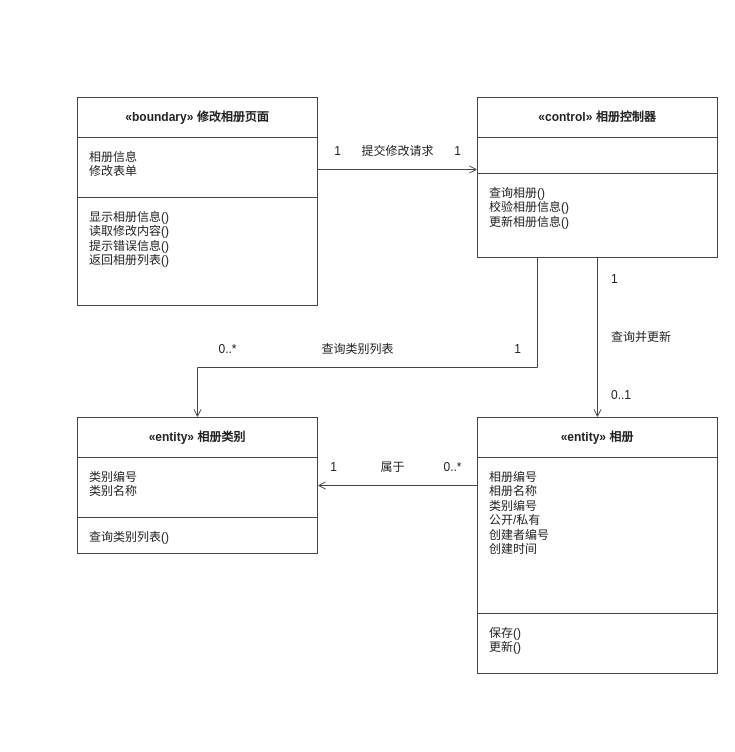
Earlier version of the draw.io diagram docs/交付/2-相册管理-刘硕/images/修改相册_类模型图.drawio (chennuo1101/electronic-photo-album-system1). Source tidied: cells renumbered, new cells numbered last; positions are measured from the earlier drawing's top-left corner, leaving out a move shared by most shapes. Both pictures are drawn from the tidied source at 100%, with x=0, y=0 at pixel (77, 97).
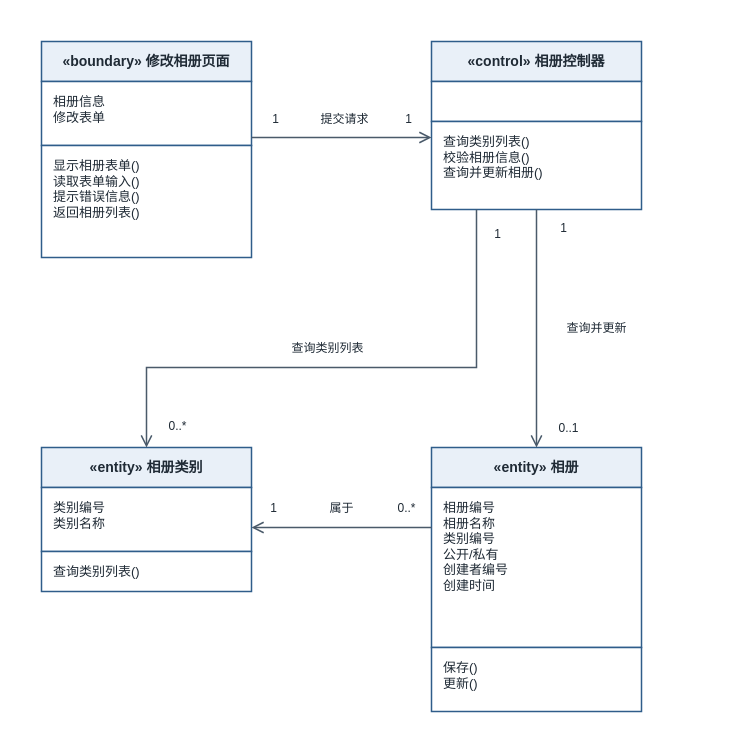
The same diagram, later.

The edit, as a diff of the source:
```diff
@@
+    <mxCell id="32" style="rounded=0;whiteSpace=wrap;html=1;fillColor=#FFFFFF;strokeColor=none;" parent="1" vertex="1">
+      <mxGeometry x="-60" y="-80" width="668" height="718" as="geometry" />
+    </mxCell>
-    <mxCell id="2" value="«boundary» 修改相册页面" style="rounded=0;whiteSpace=wrap;html=1;fillColor=#FFFFFF;strokeColor=#444444;align=center;verticalAlign=middle;fontStyle=1;fontFamily=Microsoft YaHei;fontSize=12;fontColor=#222222;" parent="1" vertex="1">
-      <mxGeometry width="240" height="40" as="geometry" />
+    <mxCell id="2" value="«boundary» 修改相册页面" style="rounded=0;whiteSpace=wrap;html=1;fillColor=#E9F0F8;strokeColor=#2F5D8A;strokeWidth=1.5;align=center;verticalAlign=middle;fontStyle=1;fontFamily=Microsoft YaHei;fontSize=14;fontColor=#1F2A35;" parent="1" vertex="1">
+      <mxGeometry x="-36" y="-56" width="210" height="40" as="geometry" />
     </mxCell>
-    <mxCell id="3" value="相册信息&#10;修改表单" style="rounded=0;whiteSpace=wrap;html=1;fillColor=#FFFFFF;strokeColor=#444444;verticalAlign=top;align=left;spacingLeft=10;spacingTop=6;fontFamily=Microsoft YaHei;fontSize=12;fontColor=#222222;" parent="1" vertex="1">
-      <mxGeometry y="40" width="240" height="60" as="geometry" />
+    <mxCell id="3" value="相册信息&#10;修改表单" style="rounded=0;whiteSpace=wrap;html=1;fillColor=#FFFFFF;strokeColor=#2F5D8A;strokeWidth=1.5;align=left;verticalAlign=top;spacingLeft=10;spacingTop=6;fontFamily=Microsoft YaHei;fontSize=13;fontColor=#1F2A35;" parent="1" vertex="1">
+      <mxGeometry x="-36" y="-16" width="210" height="64" as="geometry" />
     </mxCell>
-    <mxCell id="4" value="显示相册信息()&#10;读取修改内容()&#10;提示错误信息()&#10;返回相册列表()" style="rounded=0;whiteSpace=wrap;html=1;fillColor=#FFFFFF;strokeColor=#444444;verticalAlign=top;align=left;spacingLeft=10;spacingTop=6;fontFamily=Microsoft YaHei;fontSize=12;fontColor=#222222;" parent="1" vertex="1">
-      <mxGeometry y="100" width="240" height="108" as="geometry" />
+    <mxCell id="4" value="显示相册表单()&#10;读取表单输入()&#10;提示错误信息()&#10;返回相册列表()" style="rounded=0;whiteSpace=wrap;html=1;fillColor=#FFFFFF;strokeColor=#2F5D8A;strokeWidth=1.5;align=left;verticalAlign=top;spacingLeft=10;spacingTop=6;fontFamily=Microsoft YaHei;fontSize=13;fontColor=#1F2A35;" parent="1" vertex="1">
+      <mxGeometry x="-36" y="48" width="210" height="112" as="geometry" />
     </mxCell>
-    <mxCell id="5" value="«control» 相册控制器" style="rounded=0;whiteSpace=wrap;html=1;fillColor=#FFFFFF;strokeColor=#444444;align=center;verticalAlign=middle;fontStyle=1;fontFamily=Microsoft YaHei;fontSize=12;fontColor=#222222;" parent="1" vertex="1">
-      <mxGeometry x="400" width="240" height="40" as="geometry" />
+    <mxCell id="5" value="«control» 相册控制器" style="rounded=0;whiteSpace=wrap;html=1;fillColor=#E9F0F8;strokeColor=#2F5D8A;strokeWidth=1.5;align=center;verticalAlign=middle;fontStyle=1;fontFamily=Microsoft YaHei;fontSize=14;fontColor=#1F2A35;" parent="1" vertex="1">
+      <mxGeometry x="354" y="-56" width="210" height="40" as="geometry" />
     </mxCell>
-    <mxCell id="6" style="rounded=0;whiteSpace=wrap;html=1;fillColor=#FFFFFF;strokeColor=#444444;verticalAlign=top;align=left;spacingLeft=10;spacingTop=6;fontFamily=Microsoft YaHei;fontSize=12;fontColor=#222222;" parent="1" vertex="1">
-      <mxGeometry x="400" y="40" width="240" height="36" as="geometry" />
+    <mxCell id="6" style="rounded=0;whiteSpace=wrap;html=1;fillColor=#FFFFFF;strokeColor=#2F5D8A;strokeWidth=1.5;align=left;verticalAlign=top;spacingLeft=10;spacingTop=6;fontFamily=Microsoft YaHei;fontSize=13;fontColor=#1F2A35;" parent="1" vertex="1">
+      <mxGeometry x="354" y="-16" width="210" height="40" as="geometry" />
     </mxCell>
-    <mxCell id="7" value="查询相册()&#10;校验相册信息()&#10;更新相册信息()" style="rounded=0;whiteSpace=wrap;html=1;fillColor=#FFFFFF;strokeColor=#444444;verticalAlign=top;align=left;spacingLeft=10;spacingTop=6;fontFamily=Microsoft YaHei;fontSize=12;fontColor=#222222;" parent="1" vertex="1">
-      <mxGeometry x="400" y="76" width="240" height="84" as="geometry" />
+    <mxCell id="7" value="查询类别列表()&#10;校验相册信息()&#10;查询并更新相册()" style="rounded=0;whiteSpace=wrap;html=1;fillColor=#FFFFFF;strokeColor=#2F5D8A;strokeWidth=1.5;align=left;verticalAlign=top;spacingLeft=10;spacingTop=6;fontFamily=Microsoft YaHei;fontSize=13;fontColor=#1F2A35;" parent="1" vertex="1">
+      <mxGeometry x="354" y="24" width="210" height="88" as="geometry" />
     </mxCell>
-    <mxCell id="8" value="«entity» 相册类别" style="rounded=0;whiteSpace=wrap;html=1;fillColor=#FFFFFF;strokeColor=#444444;align=center;verticalAlign=middle;fontStyle=1;fontFamily=Microsoft YaHei;fontSize=12;fontColor=#222222;" parent="1" vertex="1">
-      <mxGeometry y="320" width="240" height="40" as="geometry" />
+    <mxCell id="8" value="«entity» 相册类别" style="rounded=0;whiteSpace=wrap;html=1;fillColor=#E9F0F8;strokeColor=#2F5D8A;strokeWidth=1.5;align=center;verticalAlign=middle;fontStyle=1;fontFamily=Microsoft YaHei;fontSize=14;fontColor=#1F2A35;" parent="1" vertex="1">
+      <mxGeometry x="-36" y="350" width="210" height="40" as="geometry" />
     </mxCell>
-    <mxCell id="9" value="类别编号&#10;类别名称" style="rounded=0;whiteSpace=wrap;html=1;fillColor=#FFFFFF;strokeColor=#444444;verticalAlign=top;align=left;spacingLeft=10;spacingTop=6;fontFamily=Microsoft YaHei;fontSize=12;fontColor=#222222;" parent="1" vertex="1">
-      <mxGeometry y="360" width="240" height="60" as="geometry" />
+    <mxCell id="9" value="类别编号&#10;类别名称" style="rounded=0;whiteSpace=wrap;html=1;fillColor=#FFFFFF;strokeColor=#2F5D8A;strokeWidth=1.5;align=left;verticalAlign=top;spacingLeft=10;spacingTop=6;fontFamily=Microsoft YaHei;fontSize=13;fontColor=#1F2A35;" parent="1" vertex="1">
+      <mxGeometry x="-36" y="390" width="210" height="64" as="geometry" />
     </mxCell>
-    <mxCell id="10" value="查询类别列表()" style="rounded=0;whiteSpace=wrap;html=1;fillColor=#FFFFFF;strokeColor=#444444;verticalAlign=top;align=left;spacingLeft=10;spacingTop=6;fontFamily=Microsoft YaHei;fontSize=12;fontColor=#222222;" parent="1" vertex="1">
-      <mxGeometry y="420" width="240" height="36" as="geometry" />
+    <mxCell id="10" value="查询类别列表()" style="rounded=0;whiteSpace=wrap;html=1;fillColor=#FFFFFF;strokeColor=#2F5D8A;strokeWidth=1.5;align=left;verticalAlign=top;spacingLeft=10;spacingTop=6;fontFamily=Microsoft YaHei;fontSize=13;fontColor=#1F2A35;" parent="1" vertex="1">
+      <mxGeometry x="-36" y="454" width="210" height="40" as="geometry" />
     </mxCell>
-    <mxCell id="11" value="«entity» 相册" style="rounded=0;whiteSpace=wrap;html=1;fillColor=#FFFFFF;strokeColor=#444444;align=center;verticalAlign=middle;fontStyle=1;fontFamily=Microsoft YaHei;fontSize=12;fontColor=#222222;" parent="1" vertex="1">
-      <mxGeometry x="400" y="320" width="240" height="40" as="geometry" />
+    <mxCell id="11" value="«entity» 相册" style="rounded=0;whiteSpace=wrap;html=1;fillColor=#E9F0F8;strokeColor=#2F5D8A;strokeWidth=1.5;align=center;verticalAlign=middle;fontStyle=1;fontFamily=Microsoft YaHei;fontSize=14;fontColor=#1F2A35;" parent="1" vertex="1">
+      <mxGeometry x="354" y="350" width="210" height="40" as="geometry" />
     </mxCell>
-    <mxCell id="12" value="相册编号&#10;相册名称&#10;类别编号&#10;公开/私有&#10;创建者编号&#10;创建时间" style="rounded=0;whiteSpace=wrap;html=1;fillColor=#FFFFFF;strokeColor=#444444;verticalAlign=top;align=left;spacingLeft=10;spacingTop=6;fontFamily=Microsoft YaHei;fontSize=12;fontColor=#222222;" parent="1" vertex="1">
-      <mxGeometry x="400" y="360" width="240" height="156" as="geometry" />
+    <mxCell id="12" value="相册编号&#10;相册名称&#10;类别编号&#10;公开/私有&#10;创建者编号&#10;创建时间" style="rounded=0;whiteSpace=wrap;html=1;fillColor=#FFFFFF;strokeColor=#2F5D8A;strokeWidth=1.5;align=left;verticalAlign=top;spacingLeft=10;spacingTop=6;fontFamily=Microsoft YaHei;fontSize=13;fontColor=#1F2A35;" parent="1" vertex="1">
+      <mxGeometry x="354" y="390" width="210" height="160" as="geometry" />
     </mxCell>
-    <mxCell id="13" value="保存()&#10;更新()" style="rounded=0;whiteSpace=wrap;html=1;fillColor=#FFFFFF;strokeColor=#444444;verticalAlign=top;align=left;spacingLeft=10;spacingTop=6;fontFamily=Microsoft YaHei;fontSize=12;fontColor=#222222;" parent="1" vertex="1">
-      <mxGeometry x="400" y="516" width="240" height="60" as="geometry" />
+    <mxCell id="13" value="保存()&#10;更新()" style="rounded=0;whiteSpace=wrap;html=1;fillColor=#FFFFFF;strokeColor=#2F5D8A;strokeWidth=1.5;align=left;verticalAlign=top;spacingLeft=10;spacingTop=6;fontFamily=Microsoft YaHei;fontSize=13;fontColor=#1F2A35;" parent="1" vertex="1">
+      <mxGeometry x="354" y="550" width="210" height="64" as="geometry" />
     </mxCell>
-    <mxCell id="14" style="html=1;rounded=0;strokeColor=#444444;strokeWidth=1;startArrow=none;endArrow=open;endFill=0;" parent="1" edge="1">
-      <mxGeometry relative="1" as="geometry">
-        <mxPoint x="240" y="72" as="sourcePoint" />
-        <mxPoint x="400" y="72" as="targetPoint" />
-      </mxGeometry>
-    </mxCell>
-    <mxCell id="15" value="1" style="text;html=1;align=center;verticalAlign=middle;fillColor=none;strokeColor=none;fontFamily=Microsoft YaHei;fontSize=12;fontColor=#222222;" parent="1" vertex="1">
-      <mxGeometry x="248" y="44" width="24" height="20" as="geometry" />
-    </mxCell>
-    <mxCell id="16" value="提交修改请求" style="text;html=1;align=center;verticalAlign=middle;fillColor=none;strokeColor=none;fontFamily=Microsoft YaHei;fontSize=12;fontColor=#222222;" parent="1" vertex="1">
-      <mxGeometry x="278" y="44" width="84" height="20" as="geometry" />
-    </mxCell>
-    <mxCell id="17" value="1" style="text;html=1;align=center;verticalAlign=middle;fillColor=none;strokeColor=none;fontFamily=Microsoft YaHei;fontSize=12;fontColor=#222222;" parent="1" vertex="1">
-      <mxGeometry x="368" y="44" width="24" height="20" as="geometry" />
-    </mxCell>
-    <mxCell id="18" style="html=1;rounded=0;strokeColor=#444444;strokeWidth=1;startArrow=none;endArrow=open;endFill=0;" parent="1" edge="1">
-      <mxGeometry relative="1" as="geometry">
-        <mxPoint x="520" y="160" as="sourcePoint" />
-        <mxPoint x="520" y="320" as="targetPoint" />
-      </mxGeometry>
-    </mxCell>
-    <mxCell id="19" value="1" style="text;html=1;align=left;verticalAlign=middle;fillColor=none;strokeColor=none;fontFamily=Microsoft YaHei;fontSize=12;fontColor=#222222;" parent="1" vertex="1">
-      <mxGeometry x="532" y="172" width="24" height="20" as="geometry" />
-    </mxCell>
+    <mxCell id="33" style="html=1;rounded=0;strokeColor=#4A5A6A;strokeWidth=1.5;startArrow=none;endArrow=open;endFill=0;endSize=9;jumpStyle=arc;jumpSize=6;" parent="1" edge="1">
+      <mxGeometry relative="1" as="geometry">
+        <mxPoint x="174" y="40" as="sourcePoint" />
+        <mxPoint x="354" y="40" as="targetPoint" />
+      </mxGeometry>
+    </mxCell>
+    <mxCell id="34" value="1" style="text;html=1;align=center;verticalAlign=middle;fillColor=#FFFFFF;strokeColor=none;fontFamily=Microsoft YaHei;fontSize=12;fontColor=#1F2A35;" parent="1" vertex="1">
+      <mxGeometry x="184" y="13" width="28" height="18" as="geometry" />
+    </mxCell>
+    <mxCell id="35" value="提交请求" style="text;html=1;align=center;verticalAlign=middle;fillColor=#FFFFFF;strokeColor=none;fontFamily=Microsoft YaHei;fontSize=12;fontColor=#1F2A35;" parent="1" vertex="1">
+      <mxGeometry x="220" y="13" width="94" height="18" as="geometry" />
+    </mxCell>
+    <mxCell id="36" value="1" style="text;html=1;align=center;verticalAlign=middle;fillColor=#FFFFFF;strokeColor=none;fontFamily=Microsoft YaHei;fontSize=12;fontColor=#1F2A35;" parent="1" vertex="1">
+      <mxGeometry x="316" y="13" width="30" height="18" as="geometry" />
+    </mxCell>
+    <mxCell id="37" style="html=1;rounded=0;strokeColor=#4A5A6A;strokeWidth=1.5;startArrow=none;endArrow=open;endFill=0;endSize=9;jumpStyle=arc;jumpSize=6;" parent="1" edge="1">
+      <mxGeometry relative="1" as="geometry">
+        <mxPoint x="459" y="112" as="sourcePoint" />
+        <mxPoint x="459" y="350" as="targetPoint" />
+      </mxGeometry>
+    </mxCell>
+    <mxCell id="38" value="1" style="text;html=1;align=center;verticalAlign=middle;fillColor=#FFFFFF;strokeColor=none;fontFamily=Microsoft YaHei;fontSize=12;fontColor=#1F2A35;" parent="1" vertex="1">
+      <mxGeometry x="471" y="122" width="30" height="18" as="geometry" />
+    </mxCell>
-    <mxCell id="20" value="查询并更新" style="text;html=1;align=left;verticalAlign=middle;fillColor=none;strokeColor=none;fontFamily=Microsoft YaHei;fontSize=12;fontColor=#222222;" parent="1" vertex="1">
-      <mxGeometry x="532" y="230" width="90" height="20" as="geometry" />
+    <mxCell id="20" value="查询并更新" style="text;html=1;align=center;verticalAlign=middle;fillColor=#FFFFFF;strokeColor=none;fontFamily=Microsoft YaHei;fontSize=12;fontColor=#1F2A35;" parent="1" vertex="1">
+      <mxGeometry x="471" y="222" width="96" height="18" as="geometry" />
     </mxCell>
-    <mxCell id="21" value="0..1" style="text;html=1;align=left;verticalAlign=middle;fillColor=none;strokeColor=none;fontFamily=Microsoft YaHei;fontSize=12;fontColor=#222222;" parent="1" vertex="1">
-      <mxGeometry x="532" y="288" width="40" height="20" as="geometry" />
+    <mxCell id="21" value="0..1" style="text;html=1;align=center;verticalAlign=middle;fillColor=#FFFFFF;strokeColor=none;fontFamily=Microsoft YaHei;fontSize=12;fontColor=#1F2A35;" parent="1" vertex="1">
+      <mxGeometry x="471" y="322" width="40" height="18" as="geometry" />
     </mxCell>
-    <mxCell id="22" style="html=1;rounded=0;strokeColor=#444444;strokeWidth=1;startArrow=none;endArrow=open;endFill=0;" parent="1" edge="1">
-      <mxGeometry relative="1" as="geometry">
-        <mxPoint x="400" y="388" as="sourcePoint" />
-        <mxPoint x="240" y="388" as="targetPoint" />
-      </mxGeometry>
-    </mxCell>
-    <mxCell id="23" value="0..*" style="text;html=1;align=center;verticalAlign=middle;fillColor=none;strokeColor=none;fontFamily=Microsoft YaHei;fontSize=12;fontColor=#222222;" parent="1" vertex="1">
-      <mxGeometry x="355" y="360" width="40" height="20" as="geometry" />
-    </mxCell>
+    <mxCell id="39" style="html=1;rounded=0;strokeColor=#4A5A6A;strokeWidth=1.5;startArrow=none;endArrow=open;endFill=0;endSize=9;jumpStyle=arc;jumpSize=6;" parent="1" edge="1">
+      <mxGeometry relative="1" as="geometry">
+        <mxPoint x="399" y="112" as="sourcePoint" />
+        <mxPoint x="69" y="350" as="targetPoint" />
+        <Array as="points">
+          <mxPoint x="399" y="270" />
+          <mxPoint x="69" y="270" />
+        </Array>
+      </mxGeometry>
+    </mxCell>
+    <mxCell id="40" value="1" style="text;html=1;align=center;verticalAlign=middle;fillColor=#FFFFFF;strokeColor=none;fontFamily=Microsoft YaHei;fontSize=12;fontColor=#1F2A35;" parent="1" vertex="1">
+      <mxGeometry x="410" y="128" width="20" height="18" as="geometry" />
+    </mxCell>
+    <mxCell id="30" value="查询类别列表" style="text;html=1;align=center;verticalAlign=middle;fillColor=#FFFFFF;strokeColor=none;fontFamily=Microsoft YaHei;fontSize=12;fontColor=#1F2A35;" parent="1" vertex="1">
+      <mxGeometry x="200" y="242" width="100" height="18" as="geometry" />
+    </mxCell>
+    <mxCell id="41" value="0..*" style="text;html=1;align=center;verticalAlign=middle;fillColor=#FFFFFF;strokeColor=none;fontFamily=Microsoft YaHei;fontSize=12;fontColor=#1F2A35;" parent="1" vertex="1">
+      <mxGeometry x="80" y="320" width="40" height="18" as="geometry" />
+    </mxCell>
+    <mxCell id="42" style="html=1;rounded=0;strokeColor=#4A5A6A;strokeWidth=1.5;startArrow=none;endArrow=open;endFill=0;endSize=9;jumpStyle=arc;jumpSize=6;" parent="1" edge="1">
+      <mxGeometry relative="1" as="geometry">
+        <mxPoint x="354" y="430" as="sourcePoint" />
+        <mxPoint x="174" y="430" as="targetPoint" />
+      </mxGeometry>
+    </mxCell>
+    <mxCell id="43" value="0..*" style="text;html=1;align=center;verticalAlign=middle;fillColor=#FFFFFF;strokeColor=none;fontFamily=Microsoft YaHei;fontSize=12;fontColor=#1F2A35;" parent="1" vertex="1">
+      <mxGeometry x="310" y="402" width="38" height="18" as="geometry" />
+    </mxCell>
-    <mxCell id="24" value="属于" style="text;html=1;align=center;verticalAlign=middle;fillColor=none;strokeColor=none;fontFamily=Microsoft YaHei;fontSize=12;fontColor=#222222;" parent="1" vertex="1">
-      <mxGeometry x="290" y="360" width="50" height="20" as="geometry" />
+    <mxCell id="24" value="属于" style="text;html=1;align=center;verticalAlign=middle;fillColor=#FFFFFF;strokeColor=none;fontFamily=Microsoft YaHei;fontSize=12;fontColor=#1F2A35;" parent="1" vertex="1">
+      <mxGeometry x="240" y="402" width="48" height="18" as="geometry" />
     </mxCell>
-    <mxCell id="25" value="1" style="text;html=1;align=center;verticalAlign=middle;fillColor=none;strokeColor=none;fontFamily=Microsoft YaHei;fontSize=12;fontColor=#222222;" parent="1" vertex="1">
-      <mxGeometry x="246" y="360" width="20" height="20" as="geometry" />
-    </mxCell>
-    <mxCell id="26" style="html=1;rounded=0;strokeColor=#444444;strokeWidth=1;startArrow=none;endArrow=none;" parent="1" edge="1">
-      <mxGeometry relative="1" as="geometry">
-        <mxPoint x="460" y="160" as="sourcePoint" />
-        <mxPoint x="460" y="270" as="targetPoint" />
-      </mxGeometry>
-    </mxCell>
-    <mxCell id="27" style="html=1;rounded=0;strokeColor=#444444;strokeWidth=1;startArrow=none;endArrow=none;" parent="1" edge="1">
-      <mxGeometry relative="1" as="geometry">
-        <mxPoint x="460" y="270" as="sourcePoint" />
-        <mxPoint x="120" y="270" as="targetPoint" />
-      </mxGeometry>
-    </mxCell>
-    <mxCell id="28" style="html=1;rounded=0;strokeColor=#444444;strokeWidth=1;startArrow=none;endArrow=open;endFill=0;" parent="1" edge="1">
-      <mxGeometry relative="1" as="geometry">
-        <mxPoint x="120" y="270" as="sourcePoint" />
-        <mxPoint x="120" y="320" as="targetPoint" />
-      </mxGeometry>
-    </mxCell>
-    <mxCell id="29" value="1" style="text;html=1;align=center;verticalAlign=middle;fillColor=none;strokeColor=none;fontFamily=Microsoft YaHei;fontSize=12;fontColor=#222222;" parent="1" vertex="1">
-      <mxGeometry x="430" y="242" width="20" height="20" as="geometry" />
-    </mxCell>
-    <mxCell id="30" value="查询类别列表" style="text;html=1;align=center;verticalAlign=middle;fillColor=none;strokeColor=none;fontFamily=Microsoft YaHei;fontSize=12;fontColor=#222222;" parent="1" vertex="1">
-      <mxGeometry x="225" y="242" width="110" height="20" as="geometry" />
-    </mxCell>
-    <mxCell id="31" value="0..*" style="text;html=1;align=center;verticalAlign=middle;fillColor=none;strokeColor=none;fontFamily=Microsoft YaHei;fontSize=12;fontColor=#222222;" parent="1" vertex="1">
-      <mxGeometry x="130" y="242" width="40" height="20" as="geometry" />
-    </mxCell>
+    <mxCell id="44" value="1" style="text;html=1;align=center;verticalAlign=middle;fillColor=#FFFFFF;strokeColor=none;fontFamily=Microsoft YaHei;fontSize=12;fontColor=#1F2A35;" parent="1" vertex="1">
+      <mxGeometry x="186" y="402" width="20" height="18" as="geometry" />
+    </mxCell>
```
